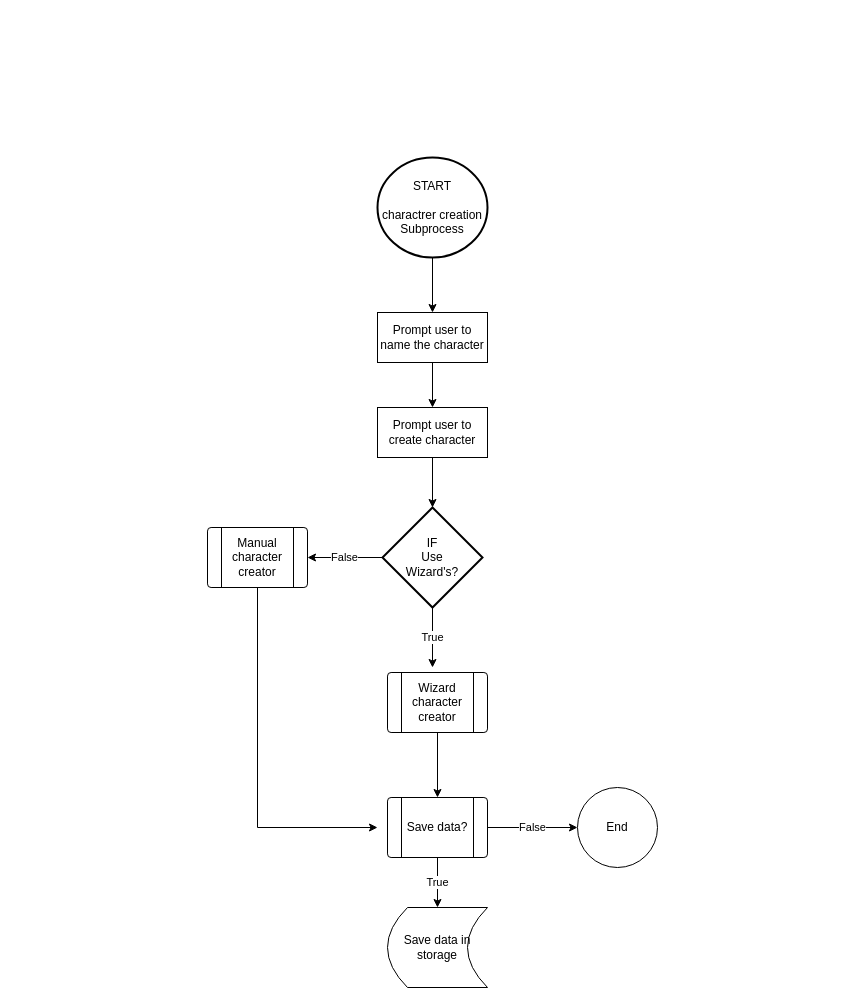
Before: Phase2/Flowcharts/modgodToolset/ModGod/CharacterCreationSubprocess.drawio in RPG-Research/bcirpg, a draw.io diagram. Source tidied: cells renumbered, new cells numbered last; positions are measured from the earlier drawing's top-left corner, leaving out a move shared by most shapes. Both pictures are drawn from the tidied source at 100%, with x=0, y=0 at pixel (207, 157).
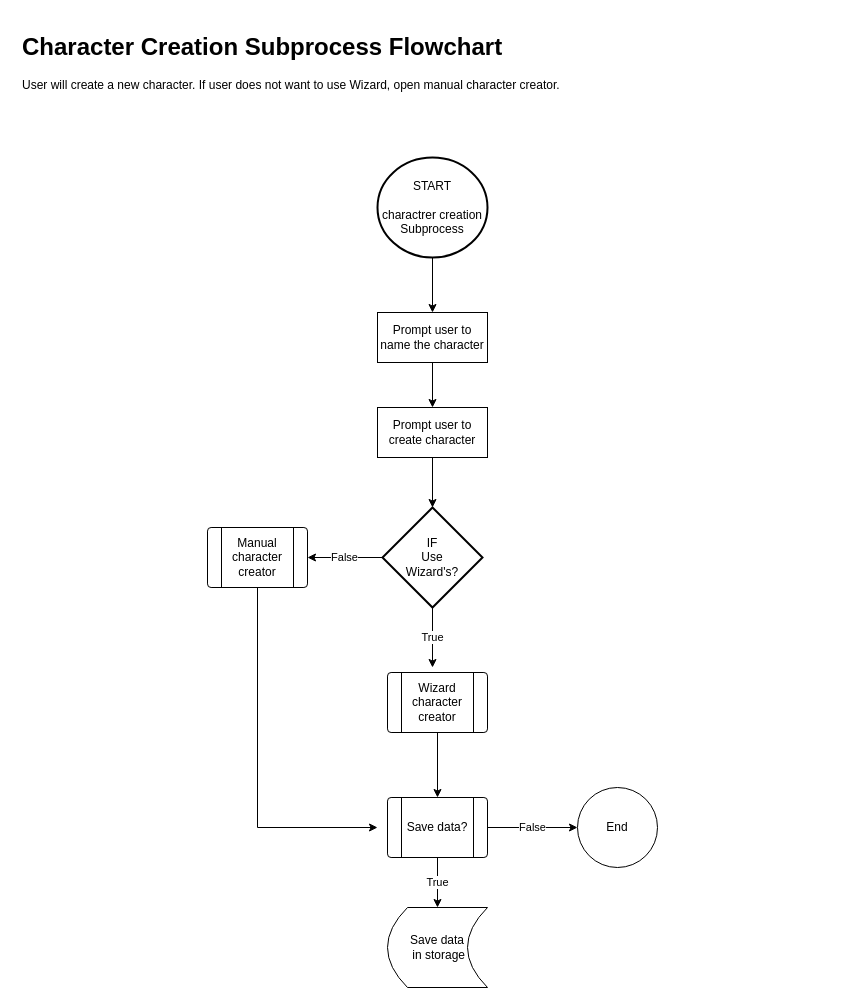
After the change.

What changed in the source:
```diff
@@
-    <mxCell id="16" value="Save data in&lt;br&gt;storage" style="shape=dataStorage;whiteSpace=wrap;html=1;fixedSize=1;" parent="1" vertex="1">
+    <mxCell id="16" value="Save data&lt;br&gt;&amp;nbsp;in storage" style="shape=dataStorage;whiteSpace=wrap;html=1;fixedSize=1;" parent="1" vertex="1">
       <mxGeometry x="180" y="750" width="100" height="80" as="geometry" />
     </mxCell>
@@
+    <mxCell id="20" value="&lt;h1&gt;Character Creation Subprocess Flowchart&lt;/h1&gt;&lt;p&gt;User will create a new character. If user does not want to use Wizard, open manual character creator.&lt;/p&gt;" style="text;html=1;strokeColor=none;fillColor=none;spacing=5;spacingTop=-20;whiteSpace=wrap;overflow=hidden;rounded=0;" parent="1" vertex="1">
+      <mxGeometry x="-190" y="-130" width="830" height="120" as="geometry" />
+    </mxCell>
```
